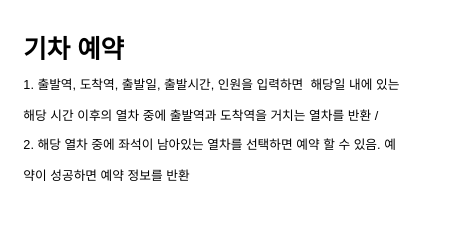
Before: Process01.drawio in digeuthi/java_BackEnd-20230222, a draw.io diagram. Source tidied: cells renumbered, new cells numbered last; positions are measured from the earlier drawing's top-left corner, leaving out a move shared by most shapes. Both pictures are drawn from the tidied source at 106%, with x=0, y=0 at pixel (18, 29).
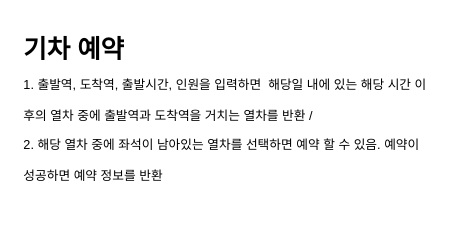
The same diagram, later.

Change to the diagram source:
```diff
@@
 <mxGraphModel>
   <root>
     <mxCell id="0" />
     <mxCell id="1" parent="0" />
-    <mxCell id="2" value="&lt;h1&gt;기차 예약&lt;br style=&quot;border-color: var(--border-color); font-size: 12px; font-weight: 400; text-align: center;&quot;&gt;&lt;span style=&quot;font-size: 12px; font-weight: 400; text-align: center;&quot;&gt;1. 출발역, 도착역, 출발일, 출발시간, 인원을 입력하면&amp;nbsp; 해당일 내에 있는 해당 시간 이후의 열차 중에 출발역과 도착역을 거치는 열차를 반환 /&lt;/span&gt;&lt;br style=&quot;border-color: var(--border-color); font-size: 12px; font-weight: 400; text-align: center;&quot;&gt;&lt;font style=&quot;font-size: 12px; font-weight: normal;&quot;&gt;2. 해당 열차 중에 좌석이 남아있는 열차를 선택하면 예약 할 수 있음. 예약이 성공하면 예약 정보를 반환&lt;/font&gt;&lt;br style=&quot;border-color: var(--border-color); font-size: 12px; font-weight: 400; text-align: center;&quot;&gt;&lt;br&gt;&lt;/h1&gt;" style="text;html=1;strokeColor=none;fillColor=none;spacing=5;spacingTop=-20;whiteSpace=wrap;overflow=hidden;rounded=0;" parent="1" vertex="1">
-      <mxGeometry width="370" height="190" as="geometry" />
+    <mxCell id="2" value="&lt;h1&gt;기차 예약&lt;br style=&quot;border-color: var(--border-color); font-size: 12px; font-weight: 400; text-align: center;&quot;&gt;&lt;span style=&quot;font-size: 12px; font-weight: 400; text-align: center;&quot;&gt;1. 출발역, 도착역, 출발시간, 인원을 입력하면&amp;nbsp; 해당일 내에 있는 해당 시간 이후의 열차 중에 출발역과 도착역을 거치는 열차를 반환 /&lt;/span&gt;&lt;br style=&quot;border-color: var(--border-color); font-size: 12px; font-weight: 400; text-align: center;&quot;&gt;&lt;font style=&quot;font-size: 12px; font-weight: normal;&quot;&gt;2. 해당 열차 중에 좌석이 남아있는 열차를 선택하면 예약 할 수 있음. 예약이 성공하면 예약 정보를 반환&lt;/font&gt;&lt;br style=&quot;border-color: var(--border-color); font-size: 12px; font-weight: 400; text-align: center;&quot;&gt;&lt;br&gt;&lt;/h1&gt;" style="text;html=1;strokeColor=none;fillColor=none;spacing=5;spacingTop=-20;whiteSpace=wrap;overflow=hidden;rounded=0;" parent="1" vertex="1">
+      <mxGeometry width="390" height="190" as="geometry" />
     </mxCell>
   </root>
 </mxGraphModel>
```
